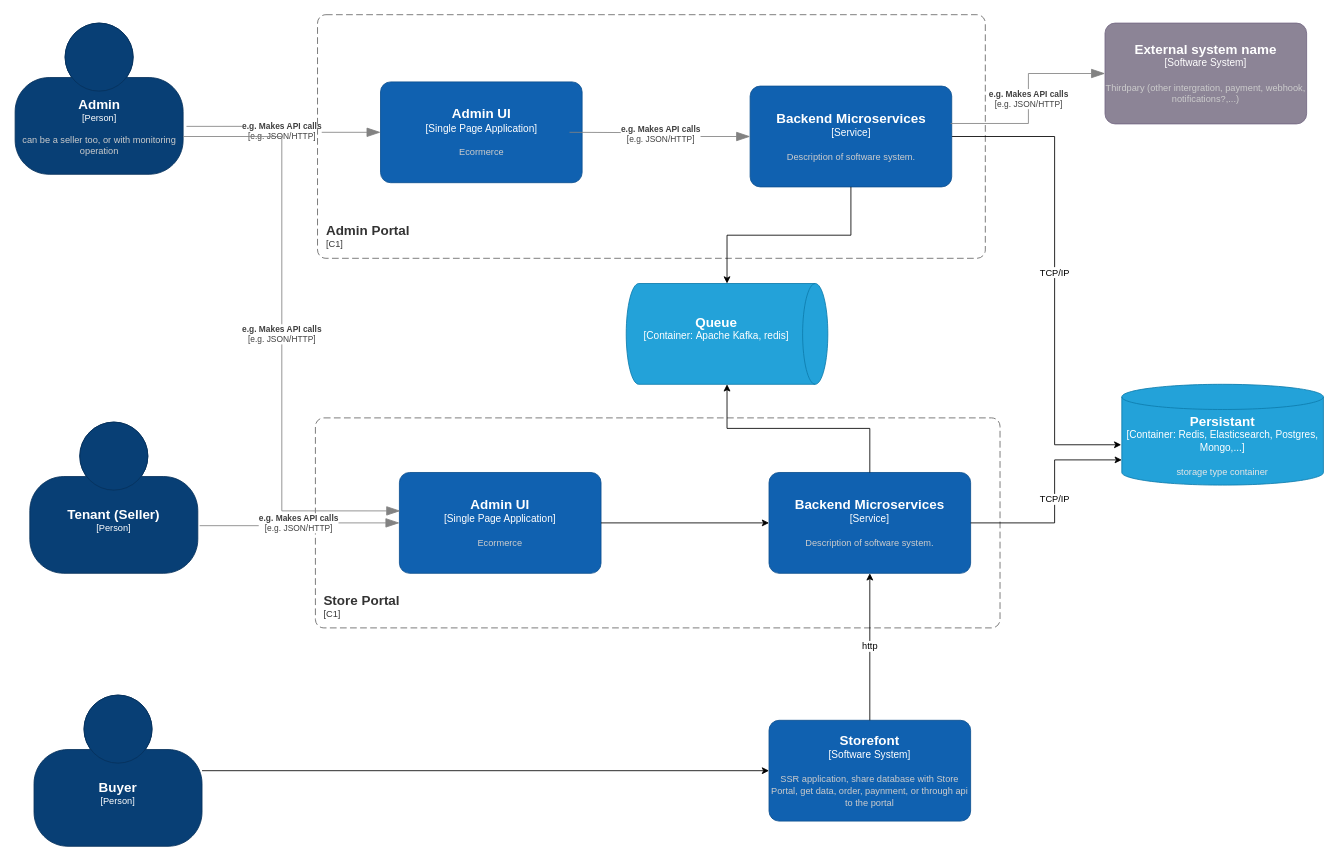
The draw.io diagram page "C1 - Architecture" (2 of 3) of docs/assets/docs.drawio in tuannm99/podzone, before the edit. Source tidied: cells renumbered, new cells numbered last; positions are measured from the earlier drawing's top-left corner, leaving out a move shared by most shapes. Both pictures are drawn from the tidied source at 84%, with x=0, y=0 at pixel (14, 14).
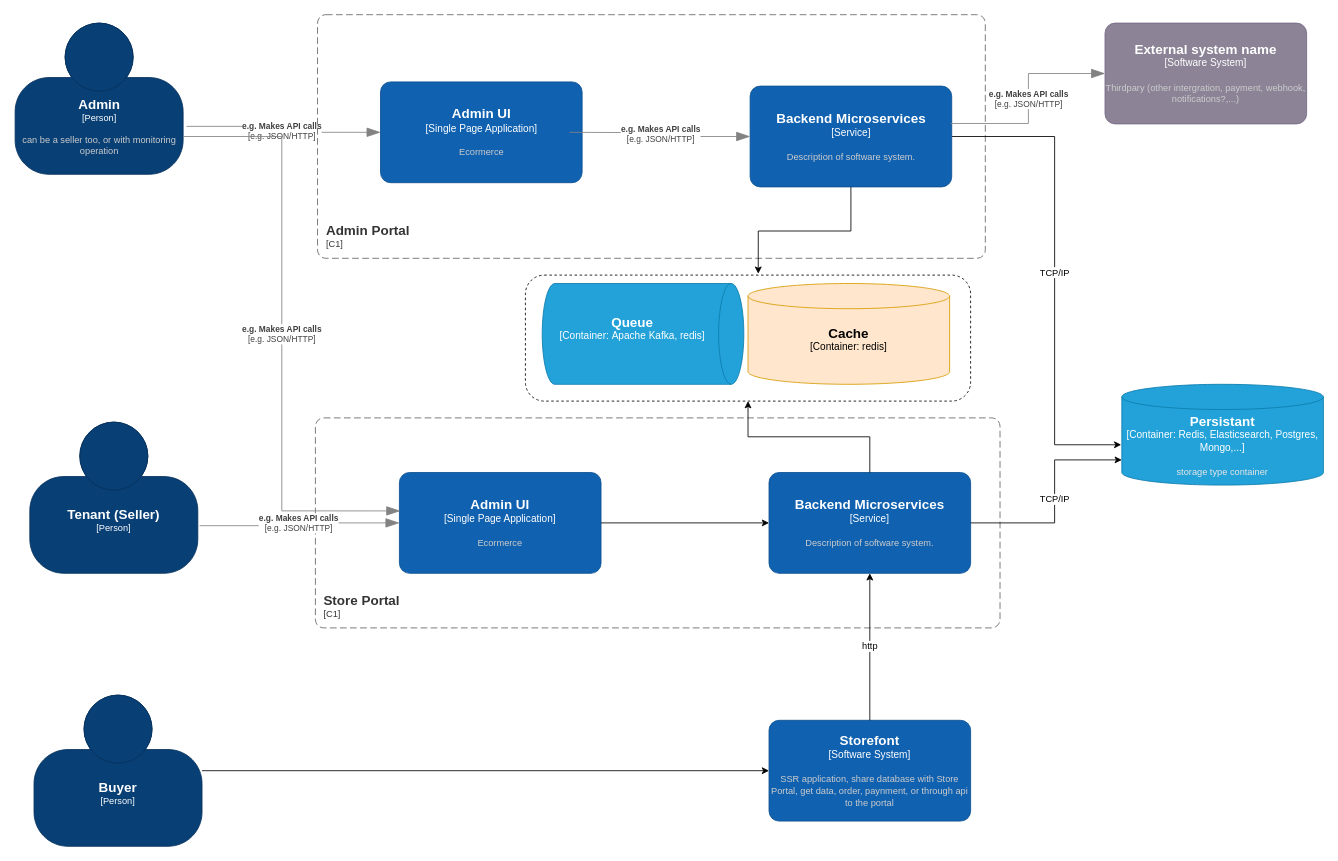
After the change.

The change refers to these unchanged cells:
```xml
<object id="7" label="&lt;font style=&quot;font-size: 16px&quot;&gt;&lt;b&gt;%c4Name%&lt;/b&gt;&lt;/font&gt;&lt;div&gt;[%c4Type%]&lt;/div&gt;&lt;br&gt;&lt;div&gt;&lt;font style=&quot;font-size: 11px&quot;&gt;&lt;font color=&quot;#cccccc&quot;&gt;%c4Description%&lt;/font&gt;&lt;/div&gt;" c4Description="Description of software system." c4Name="Backend Microservices" c4Type="Service" placeholders="1">
  <mxCell style="rounded=1;whiteSpace=wrap;html=1;labelBackgroundColor=none;fillColor=#1061B0;fontColor=#ffffff;align=center;arcSize=10;strokeColor=#0D5091;points=[[0.25,0,0],[0.5,0,0],[0.75,0,0],[1,0.25,0],[1,0.5,0],[1,0.75,0],[0.75,1,0],[0.5,1,0],[0.25,1,0],[0,0.75,0],[0,0.5,0],[0,0.25,0]];" parent="1" vertex="1">
    <mxGeometry x="875.5" y="85" width="240" height="120" as="geometry" />
  </mxCell>
</object>
<object id="15" label="&lt;font style=&quot;font-size: 16px&quot;&gt;&lt;b&gt;%c4Name%&lt;/b&gt;&lt;/font&gt;&lt;div&gt;[%c4Type%]&lt;/div&gt;&lt;br&gt;&lt;div&gt;&lt;font style=&quot;font-size: 11px&quot;&gt;&lt;font color=&quot;#cccccc&quot;&gt;%c4Description%&lt;/font&gt;&lt;/div&gt;" c4Description="Description of software system." c4Name="Backend Microservices" c4Type="Service" placeholders="1">
  <mxCell style="rounded=1;whiteSpace=wrap;html=1;labelBackgroundColor=none;fillColor=#1061B0;fontColor=#ffffff;align=center;arcSize=10;strokeColor=#0D5091;points=[[0.25,0,0],[0.5,0,0],[0.75,0,0],[1,0.25,0],[1,0.5,0],[1,0.75,0],[0.75,1,0],[0.5,1,0],[0.25,1,0],[0,0.75,0],[0,0.5,0],[0,0.25,0]];" parent="1" vertex="1">
    <mxGeometry x="898" y="545" width="240" height="120" as="geometry" />
  </mxCell>
</object>
```

The edit, as a diff of the source:
```diff
@@
+    <mxCell id="27" style="rounded=1;whiteSpace=wrap;html=1;fillColor=none;dashed=1;" parent="1" vertex="1">
+      <mxGeometry x="608" y="310" width="530" height="150" as="geometry" />
+    </mxCell>
@@
     <object id="22" label="&lt;font style=&quot;font-size: 16px&quot;&gt;&lt;b&gt;%c4Name%&lt;/b&gt;&lt;/font&gt;&lt;div&gt;[%c4Type%:&amp;nbsp;%c4Technology%]&lt;/div&gt;&lt;br&gt;&lt;div&gt;&lt;font style=&quot;font-size: 11px&quot;&gt;&lt;font color=&quot;#E6E6E6&quot;&gt;%c4Description%&lt;/font&gt;&lt;/div&gt;" c4Description="" c4Name="Queue" c4Technology="Apache Kafka, redis" c4Type="Container" placeholders="1">
       <mxCell style="shape=cylinder3;size=15;direction=south;whiteSpace=wrap;html=1;boundedLbl=1;rounded=0;labelBackgroundColor=none;fillColor=#23A2D9;fontSize=12;fontColor=#ffffff;align=center;strokeColor=#0E7DAD;points=[[0.5,0,0],[1,0.25,0],[1,0.5,0],[1,0.75,0],[0.5,1,0],[0,0.75,0],[0,0.5,0],[0,0.25,0]];" parent="1" vertex="1">
-        <mxGeometry x="728" y="320" width="240" height="120" as="geometry" />
+        <mxGeometry x="628" y="320" width="240" height="120" as="geometry" />
       </mxCell>
     </object>
-    <mxCell id="23" style="edgeStyle=orthogonalEdgeStyle;rounded=0;jettySize=auto;html=1;entryX=0;entryY=0.5;entryDx=0;entryDy=0;entryPerimeter=0;" parent="1" edge="1" source="7" target="22">
-      <mxGeometry relative="1" as="geometry" />
-    </mxCell>
-    <mxCell id="24" style="edgeStyle=orthogonalEdgeStyle;rounded=0;jettySize=auto;html=1;entryX=1;entryY=0.5;entryDx=0;entryDy=0;entryPerimeter=0;" parent="1" edge="1" source="15" target="22">
-      <mxGeometry relative="1" as="geometry" />
-    </mxCell>
@@
+    <object id="28" label="&lt;font style=&quot;font-size: 16px&quot;&gt;&lt;b&gt;%c4Name%&lt;/b&gt;&lt;/font&gt;&lt;div&gt;[%c4Type%:&amp;nbsp;%c4Technology%]&lt;/div&gt;&lt;br&gt;&lt;div&gt;&lt;font style=&quot;font-size: 11px&quot;&gt;&lt;font color=&quot;#E6E6E6&quot;&gt;%c4Description%&lt;/font&gt;&lt;/div&gt;" c4Description="" c4Name="Cache" c4Technology="redis" c4Type="Container" placeholders="1">
+      <mxCell style="shape=cylinder3;size=15;whiteSpace=wrap;html=1;boundedLbl=1;rounded=0;labelBackgroundColor=none;fillColor=#ffe6cc;fontSize=12;align=center;strokeColor=#d79b00;" parent="1" vertex="1">
+        <mxGeometry x="873" y="320" width="240" height="120" as="geometry" />
+      </mxCell>
+    </object>
+    <mxCell id="29" style="edgeStyle=orthogonalEdgeStyle;rounded=0;jettySize=auto;html=1;entryX=0.523;entryY=-0.011;entryDx=0;entryDy=0;entryPerimeter=0;" parent="1" edge="1" source="7" target="27">
+      <mxGeometry relative="1" as="geometry" />
+    </mxCell>
+    <mxCell id="30" style="edgeStyle=orthogonalEdgeStyle;rounded=0;jettySize=auto;html=1;entryX=0.5;entryY=1;entryDx=0;entryDy=0;" parent="1" edge="1" source="15" target="27">
+      <mxGeometry relative="1" as="geometry" />
+    </mxCell>
```
